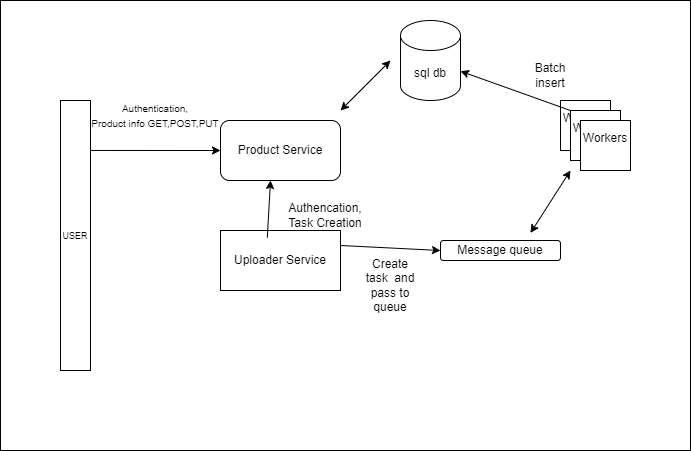
Earlier version of the draw.io export diagrams/architecture.png (csekankan/Product-feed). Source tidied: cells renumbered, new cells last; positions are measured from the earlier drawing's top-left corner, leaving out a move shared by most shapes. Source of this version:
```xml
<mxGraphModel>
  <root>
    <mxCell id="0" />
    <mxCell id="1" parent="0" />
    <mxCell id="2" style="rounded=0;whiteSpace=wrap;html=1;" parent="1" vertex="1">
      <mxGeometry width="690" height="450" as="geometry" />
    </mxCell>
    <mxCell id="3" value="Product Service" style="rounded=1;whiteSpace=wrap;html=1;" parent="1" vertex="1">
      <mxGeometry x="220" y="120" width="120" height="60" as="geometry" />
    </mxCell>
    <mxCell id="4" value="sql db" style="shape=cylinder3;whiteSpace=wrap;html=1;boundedLbl=1;backgroundOutline=1;size=15;" parent="1" vertex="1">
      <mxGeometry x="400" y="20" width="60" height="80" as="geometry" />
    </mxCell>
    <mxCell id="5" value="&lt;font style=&quot;font-size: 9px;&quot;&gt;&lt;font style=&quot;&quot;&gt;USE&lt;/font&gt;R&lt;/font&gt;" style="rounded=0;whiteSpace=wrap;html=1;" parent="1" vertex="1">
      <mxGeometry x="60" y="100" width="30" height="270" as="geometry" />
    </mxCell>
    <mxCell id="6" style="endArrow=classic;html=1;rounded=0;entryX=0;entryY=0.5;entryDx=0;entryDy=0;exitX=1;exitY=0.185;exitDx=0;exitDy=0;exitPerimeter=0;" parent="1" edge="1" source="5" target="3">
      <mxGeometry relative="1" as="geometry" />
    </mxCell>
    <mxCell id="7" value="&lt;span style=&quot;font-size: 10px;&quot;&gt;Authentication,&lt;/span&gt;&lt;div&gt;&lt;span style=&quot;font-size: 10px;&quot;&gt;Product info GET,POST,PUT&lt;/span&gt;&lt;/div&gt;" style="text;html=1;align=center;verticalAlign=middle;whiteSpace=wrap;rounded=0;" parent="1" vertex="1">
      <mxGeometry x="80" y="100" width="150" height="30" as="geometry" />
    </mxCell>
    <mxCell id="8" value="Uploader Service" style="rounded=0;whiteSpace=wrap;html=1;" parent="1" vertex="1">
      <mxGeometry x="220" y="230" width="120" height="60" as="geometry" />
    </mxCell>
    <mxCell id="9" style="endArrow=classic;html=1;rounded=0;exitX=0.39;exitY=0.119;exitDx=0;exitDy=0;exitPerimeter=0;" parent="1" edge="1" source="8">
      <mxGeometry relative="1" as="geometry">
        <mxPoint x="270" y="180" as="targetPoint" />
      </mxGeometry>
    </mxCell>
    <mxCell id="10" value="Authencation,&lt;div&gt;Task Creation&lt;/div&gt;" style="text;html=1;align=center;verticalAlign=middle;whiteSpace=wrap;rounded=0;" parent="1" vertex="1">
      <mxGeometry x="260" y="200" width="130" height="30" as="geometry" />
    </mxCell>
    <mxCell id="11" value="Message queue" style="rounded=1;whiteSpace=wrap;html=1;" parent="1" vertex="1">
      <mxGeometry x="440" y="240" width="120" height="20" as="geometry" />
    </mxCell>
    <mxCell id="12" style="endArrow=classic;html=1;rounded=0;exitX=1;exitY=0.25;exitDx=0;exitDy=0;" parent="1" edge="1" source="8">
      <mxGeometry relative="1" as="geometry">
        <mxPoint x="440" y="250" as="targetPoint" />
      </mxGeometry>
    </mxCell>
    <mxCell id="13" value="Create task&amp;nbsp; and pass to queue" style="text;html=1;align=center;verticalAlign=middle;whiteSpace=wrap;rounded=0;" parent="1" vertex="1">
      <mxGeometry x="360" y="270" width="60" height="30" as="geometry" />
    </mxCell>
    <mxCell id="14" value="Workers&lt;div&gt;&lt;br&gt;&lt;/div&gt;" style="whiteSpace=wrap;html=1;" parent="1" vertex="1">
      <mxGeometry x="560" y="100" width="50" height="50" as="geometry" />
    </mxCell>
    <mxCell id="15" value="Workers&lt;div&gt;&lt;br&gt;&lt;/div&gt;" style="whiteSpace=wrap;html=1;" parent="1" vertex="1">
      <mxGeometry x="570" y="110" width="50" height="50" as="geometry" />
    </mxCell>
    <mxCell id="16" value="Workers&lt;div&gt;&lt;br&gt;&lt;/div&gt;" style="whiteSpace=wrap;html=1;" parent="1" vertex="1">
      <mxGeometry x="580" y="120" width="50" height="50" as="geometry" />
    </mxCell>
    <mxCell id="17" style="endArrow=classic;startArrow=classic;html=1;rounded=0;exitX=0.75;exitY=-0.378;exitDx=0;exitDy=0;exitPerimeter=0;" parent="1" edge="1" source="11">
      <mxGeometry relative="1" as="geometry">
        <mxPoint x="570" y="170" as="targetPoint" />
      </mxGeometry>
    </mxCell>
    <mxCell id="18" style="endArrow=classic;html=1;rounded=0;exitX=0;exitY=0;exitDx=0;exitDy=0;" parent="1" edge="1" source="15" target="4">
      <mxGeometry relative="1" as="geometry" />
    </mxCell>
    <mxCell id="19" value="Batch insert" style="text;html=1;align=center;verticalAlign=middle;whiteSpace=wrap;rounded=0;" parent="1" vertex="1">
      <mxGeometry x="520" y="60" width="60" height="30" as="geometry" />
    </mxCell>
    <mxCell id="20" style="endArrow=classic;startArrow=classic;html=1;rounded=0;" parent="1" edge="1">
      <mxGeometry relative="1" as="geometry">
        <mxPoint x="340" y="110" as="sourcePoint" />
        <mxPoint x="390" y="60" as="targetPoint" />
      </mxGeometry>
    </mxCell>
  </root>
</mxGraphModel>
```
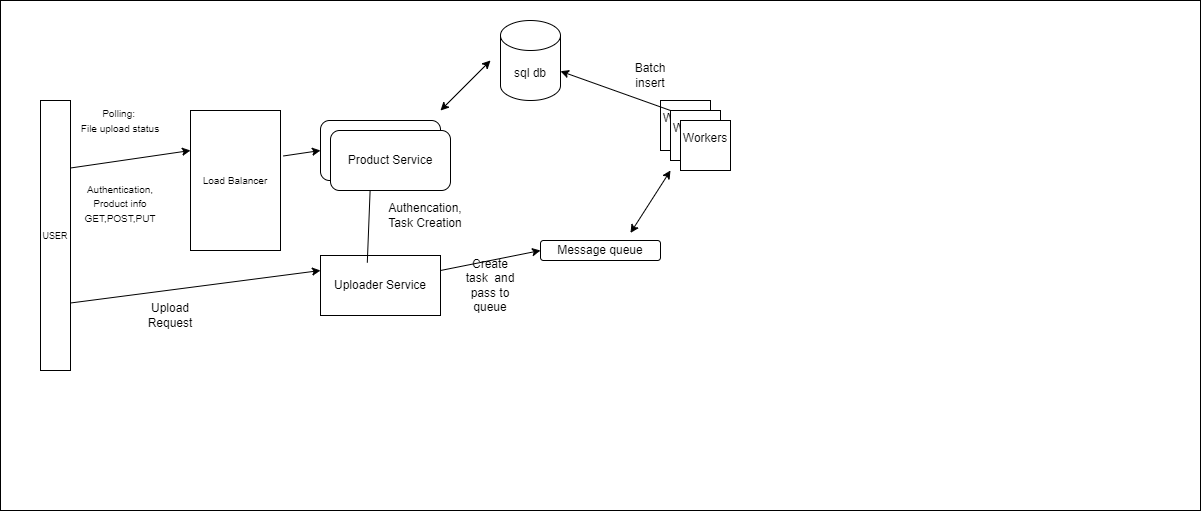
The same diagram one commit later.

The edit, as a diff of the source:
```diff
@@ -3,7 +3,7 @@
     <mxCell id="0" />
     <mxCell id="1" parent="0" />
     <mxCell id="2" style="rounded=0;whiteSpace=wrap;html=1;" parent="1" vertex="1">
-      <mxGeometry width="690" height="450" as="geometry" />
+      <mxGeometry x="-100" width="1200" height="510" as="geometry" />
     </mxCell>
     <mxCell id="3" value="Product Service" style="rounded=1;whiteSpace=wrap;html=1;" parent="1" vertex="1">
       <mxGeometry x="220" y="120" width="120" height="60" as="geometry" />
@@ -12,16 +12,13 @@
       <mxGeometry x="400" y="20" width="60" height="80" as="geometry" />
     </mxCell>
     <mxCell id="5" value="&lt;font style=&quot;font-size: 9px;&quot;&gt;&lt;font style=&quot;&quot;&gt;USE&lt;/font&gt;R&lt;/font&gt;" style="rounded=0;whiteSpace=wrap;html=1;" parent="1" vertex="1">
-      <mxGeometry x="60" y="100" width="30" height="270" as="geometry" />
+      <mxGeometry x="-60" y="100" width="30" height="270" as="geometry" />
     </mxCell>
-    <mxCell id="6" style="endArrow=classic;html=1;rounded=0;entryX=0;entryY=0.5;entryDx=0;entryDy=0;exitX=1;exitY=0.185;exitDx=0;exitDy=0;exitPerimeter=0;" parent="1" edge="1" source="5" target="3">
-      <mxGeometry relative="1" as="geometry" />
-    </mxCell>
-    <mxCell id="7" value="&lt;span style=&quot;font-size: 10px;&quot;&gt;Authentication,&lt;/span&gt;&lt;div&gt;&lt;span style=&quot;font-size: 10px;&quot;&gt;Product info GET,POST,PUT&lt;/span&gt;&lt;/div&gt;" style="text;html=1;align=center;verticalAlign=middle;whiteSpace=wrap;rounded=0;" parent="1" vertex="1">
-      <mxGeometry x="80" y="100" width="150" height="30" as="geometry" />
+    <mxCell id="7" value="&lt;span style=&quot;font-size: 10px;&quot;&gt;Authentication,&lt;/span&gt;&lt;div&gt;&lt;span style=&quot;font-size: 10px;&quot;&gt;Product info GET,POST,PUT&lt;/span&gt;&lt;/div&gt;&lt;div&gt;&lt;br&gt;&lt;/div&gt;" style="text;html=1;align=center;verticalAlign=middle;whiteSpace=wrap;rounded=0;" parent="1" vertex="1">
+      <mxGeometry x="-40" y="180" width="120" height="60" as="geometry" />
     </mxCell>
     <mxCell id="8" value="Uploader Service" style="rounded=0;whiteSpace=wrap;html=1;" parent="1" vertex="1">
-      <mxGeometry x="220" y="230" width="120" height="60" as="geometry" />
+      <mxGeometry x="220" y="255" width="120" height="60" as="geometry" />
     </mxCell>
     <mxCell id="9" style="endArrow=classic;html=1;rounded=0;exitX=0.39;exitY=0.119;exitDx=0;exitDy=0;exitPerimeter=0;" parent="1" edge="1" source="8">
       <mxGeometry relative="1" as="geometry">
@@ -68,5 +65,32 @@
         <mxPoint x="390" y="60" as="targetPoint" />
       </mxGeometry>
     </mxCell>
+    <mxCell id="21" value="&lt;font size=&quot;1&quot;&gt;Load Balancer&lt;/font&gt;" style="rounded=0;whiteSpace=wrap;html=1;" parent="1" vertex="1">
+      <mxGeometry x="90" y="110" width="90" height="140" as="geometry" />
+    </mxCell>
+    <mxCell id="22" style="endArrow=classic;html=1;rounded=0;exitX=1;exitY=0.25;exitDx=0;exitDy=0;" parent="1" edge="1" source="5">
+      <mxGeometry relative="1" as="geometry">
+        <mxPoint x="90" y="150" as="targetPoint" />
+      </mxGeometry>
+    </mxCell>
+    <mxCell id="23" style="endArrow=classic;html=1;rounded=0;exitX=1.031;exitY=0.325;exitDx=0;exitDy=0;exitPerimeter=0;" parent="1" edge="1" source="21">
+      <mxGeometry relative="1" as="geometry">
+        <mxPoint x="220" y="150" as="targetPoint" />
+      </mxGeometry>
+    </mxCell>
+    <mxCell id="24" style="endArrow=classic;html=1;rounded=0;exitX=1;exitY=0.75;exitDx=0;exitDy=0;" parent="1" edge="1" source="5">
+      <mxGeometry relative="1" as="geometry">
+        <mxPoint x="220" y="270" as="targetPoint" />
+      </mxGeometry>
+    </mxCell>
+    <mxCell id="25" value="Upload Request" style="text;html=1;align=center;verticalAlign=middle;whiteSpace=wrap;rounded=0;" parent="1" vertex="1">
+      <mxGeometry x="40" y="300" width="60" height="30" as="geometry" />
+    </mxCell>
+    <mxCell id="26" value="&lt;div&gt;&lt;span style=&quot;font-size: 10px;&quot;&gt;Polling:&amp;nbsp;&lt;/span&gt;&lt;/div&gt;&lt;div&gt;&lt;span style=&quot;font-size: 10px;&quot;&gt;File upload status&lt;/span&gt;&lt;/div&gt;" style="text;html=1;align=center;verticalAlign=middle;whiteSpace=wrap;rounded=0;" parent="1" vertex="1">
+      <mxGeometry x="-40" y="90" width="120" height="60" as="geometry" />
+    </mxCell>
+    <mxCell id="27" value="Product Service" style="rounded=1;whiteSpace=wrap;html=1;" parent="1" vertex="1">
+      <mxGeometry x="230" y="130" width="120" height="60" as="geometry" />
+    </mxCell>
   </root>
 </mxGraphModel>
```
